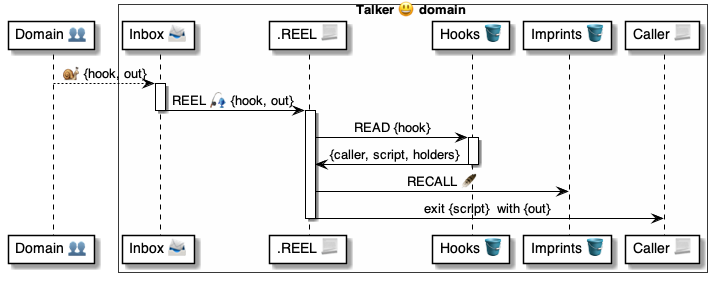
Earlier version of the PlantUML export 4 ⚙️ Solution/37 Scripts 📃/📃 Commands ⌘/⌘ for async/REEL 🎣/🎣 REEL ⚙️ uml.png (pollyweb-org/pollyweb-docs). Its source is kept beside it as 4 ⚙️ Solution/37 Scripts 📃/📃 Commands ⌘/⌘ for async/REEL 🎣/🎣 REEL ⚙️ uml.puml. Its diagram source:
```plantuml
@startuml Hook

participant "Domain 👥" as domain

box Talker 😃 domain #FFFFFA
    participant "Inbox 📨" as inbox
    participant ".REEL 📃" as reel
    participant "Hooks 🪣" as hooks
    participant "Imprints 🪣" as imprints
    participant "Caller 📃" as caller
end box


domain --> inbox: 🐌 {hook, out}

activate inbox
    inbox -> reel:  REEL 🎣 {hook, out}
deactivate inbox

activate reel
    reel -> hooks: READ {hook}

    activate hooks
        hooks -> reel: {caller, script, holders}
    deactivate hooks

    reel -> imprints: RECALL 🪶

    reel -> caller: exit {script}  with {out}

deactivate reel

@enduml
```
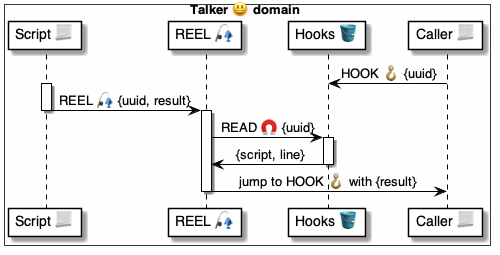
The same file after the commit.

What changed in the source:
```diff
@@ -1,32 +1,26 @@
 @startuml Hook
 
-participant "Domain 👥" as domain
-
 box Talker 😃 domain #FFFFFA
-    participant "Inbox 📨" as inbox
-    participant ".REEL 📃" as reel
+    participant "Script 📃" as inbox
+    participant "REEL 🎣" as reel
     participant "Hooks 🪣" as hooks
-    participant "Imprints 🪣" as imprints
     participant "Caller 📃" as caller
 end box
 
-
-domain --> inbox: 🐌 {hook, out}
+    caller -> hooks: HOOK 🪝 {uuid}
 
 activate inbox
-    inbox -> reel:  REEL 🎣 {hook, out}
+    inbox -> reel:  REEL 🎣 {uuid, result}
 deactivate inbox
 
 activate reel
-    reel -> hooks: READ {hook}
+    reel -> hooks: READ 🧲 {uuid}
 
     activate hooks
-        hooks -> reel: {caller, script, holders}
+        hooks -> reel: {script, line}
     deactivate hooks
 
-    reel -> imprints: RECALL 🪶
-
-    reel -> caller: exit {script}  with {out}
+    reel -> caller: jump to HOOK 🪝 with {result}
 
 deactivate reel
 
```
